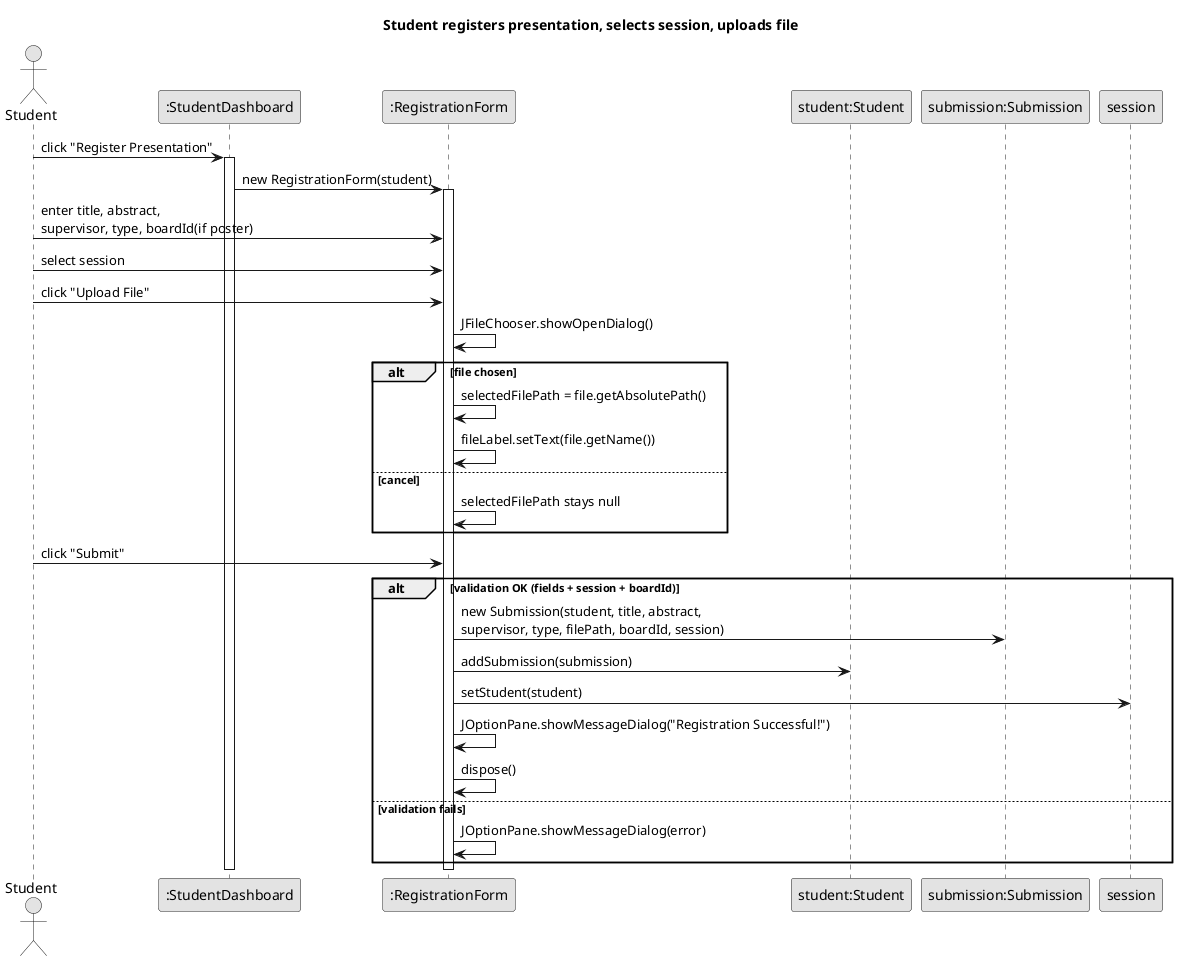
Earlier version of the PlantUML export diagrams/sequence/02-student-register-upload.png (flash-rizz/Seminar-system).
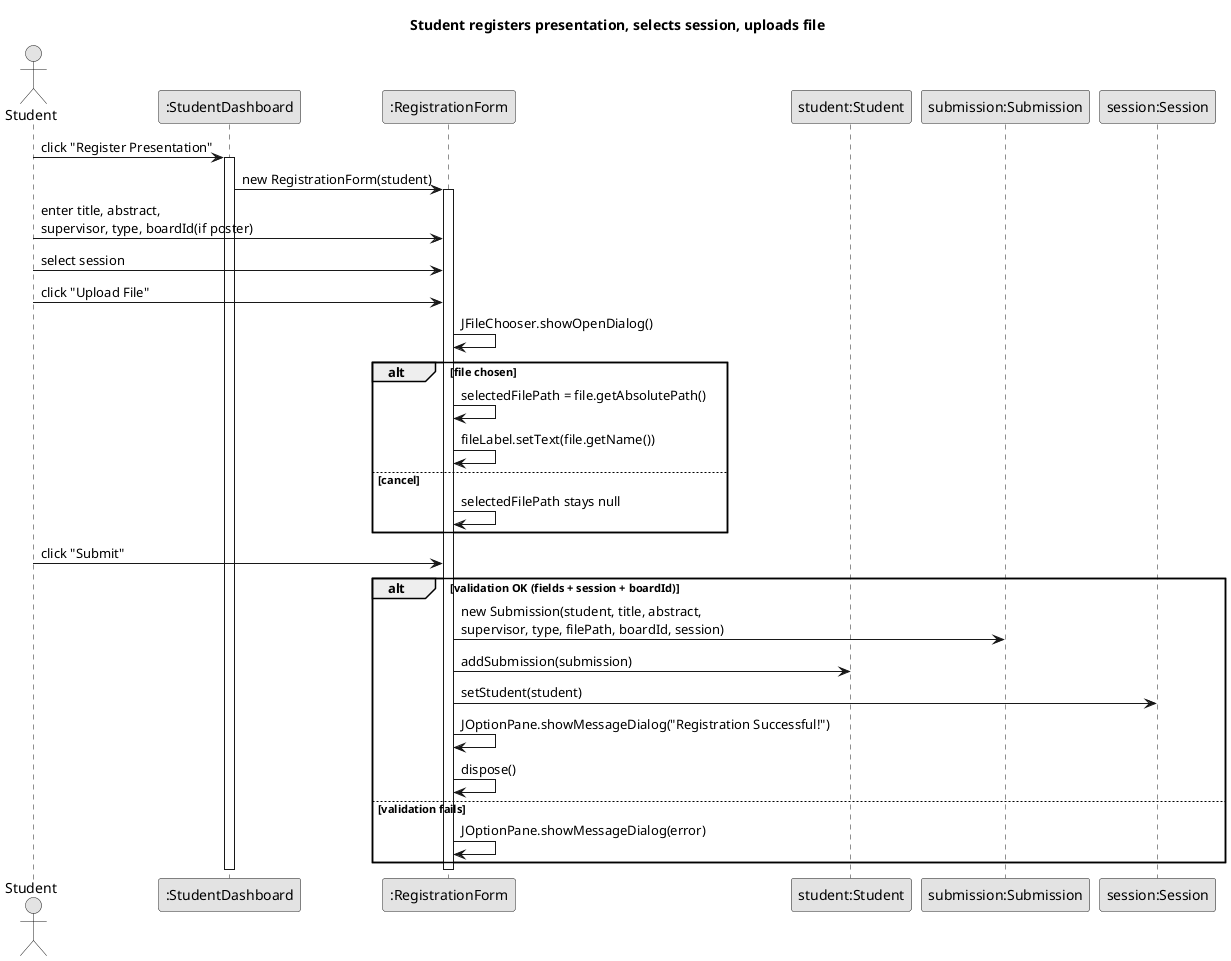
Above is the later version.

Commit message:
Update sequence diagram PNGs

What changed in the source:
```diff
@@ -9,6 +9,7 @@
 participant ":RegistrationForm" as form
 participant "student:Student" as student
 participant "submission:Submission" as submission
+participant "session:Session" as session
 
 studentActor -> dash : click "Register Presentation"
 activate dash
```
